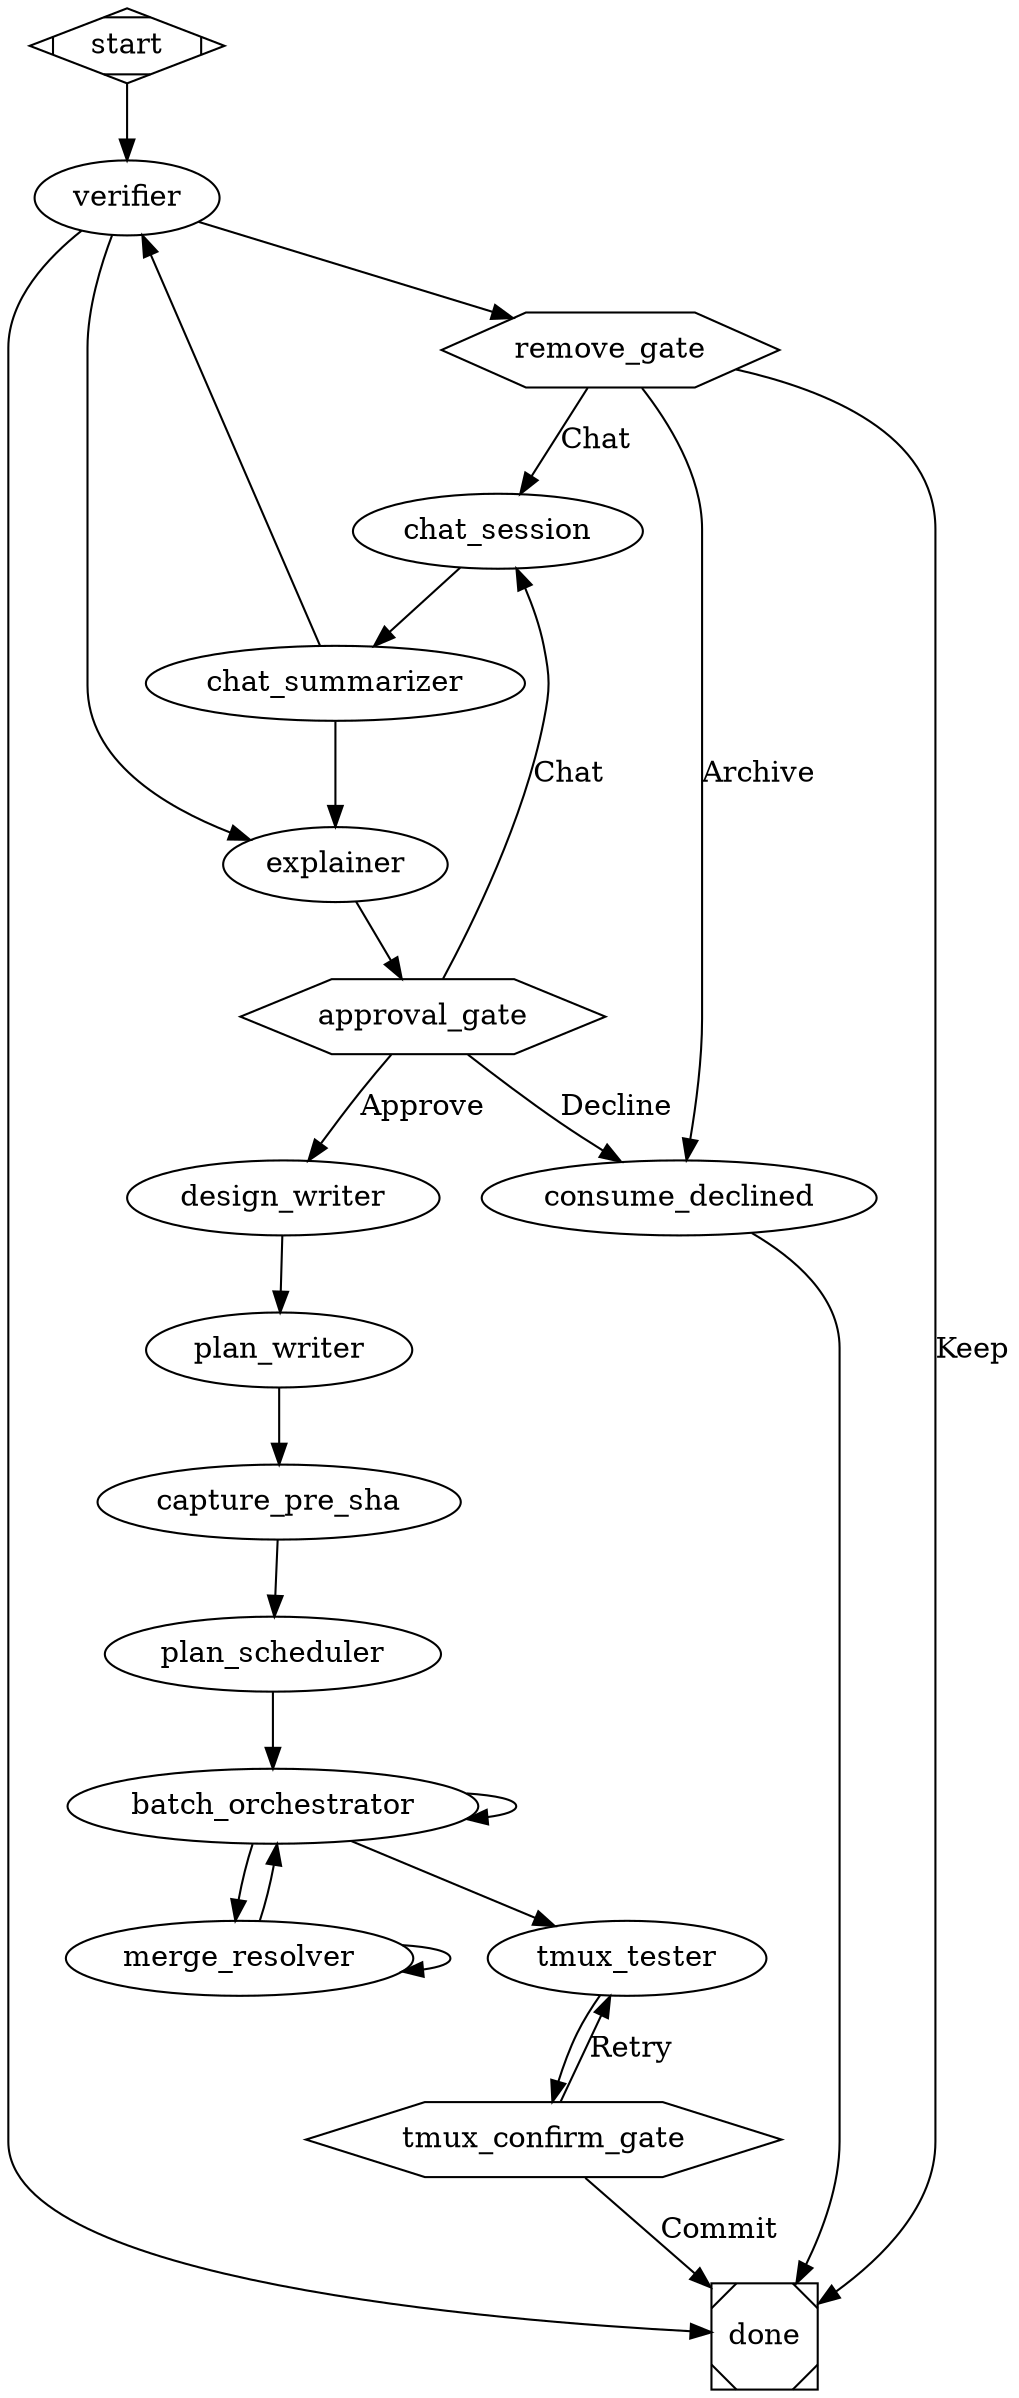
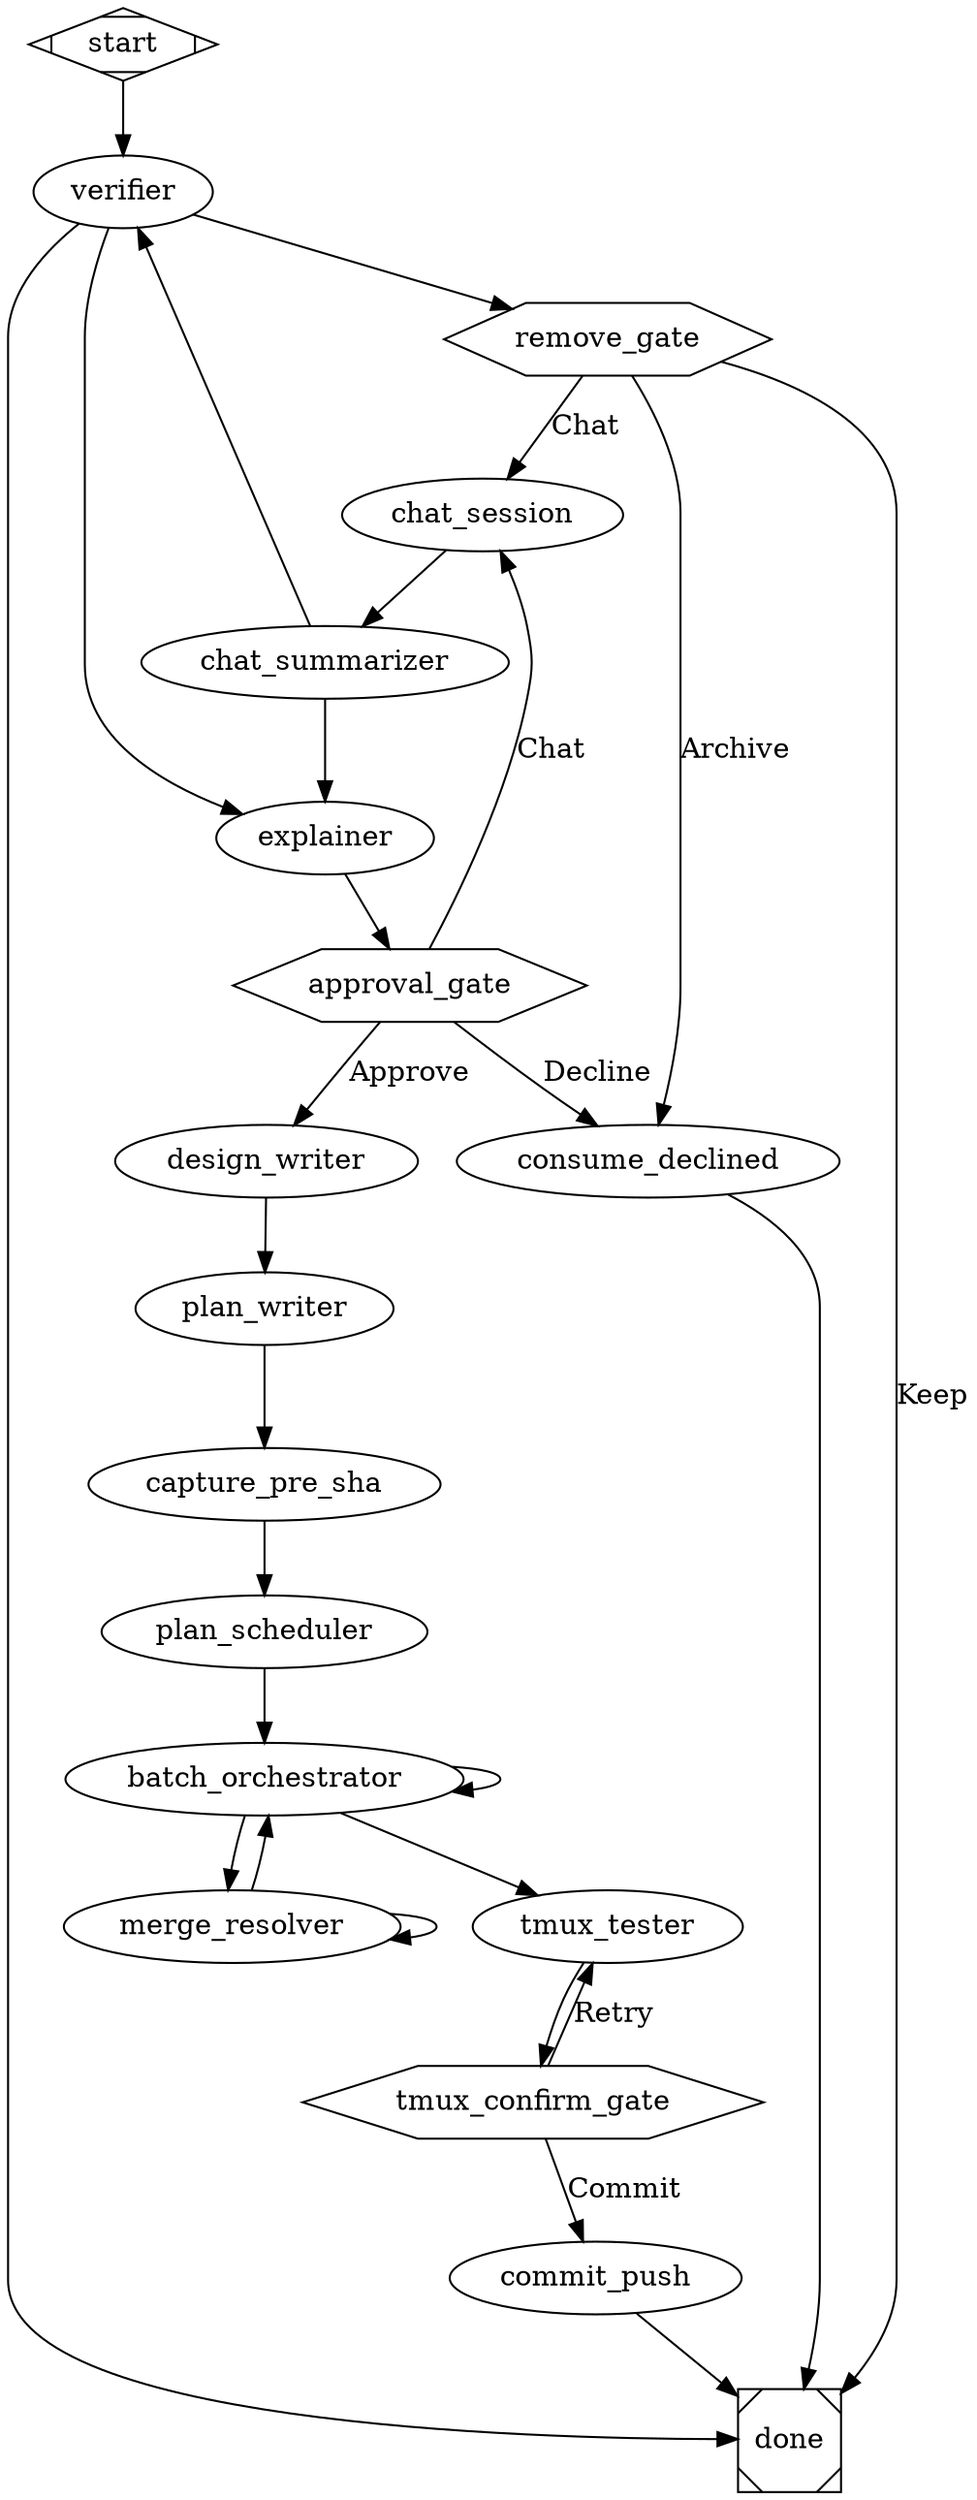
// Head + tail copied from .apparat/pipelines/illumination-to-implementation/pipeline.dot
// (verifier, chat loop, approval gate, design_writer, plan_writer at head; tmux_tester +
// tmux_confirm_gate at tail).
digraph parallel_illumination_to_implementation {
  goal="Triage an illumination into an approved plan, then ship it through DAG-scheduled parallel implementation"
  headless_safe=false
  inputs="project, run_id"

  start [shape=Mdiamond]

  // ── Phase 1: Illumination triage (copied from illumination-to-implementation) ──

  verifier [agent="verifier", default_refinements="", default_illumination_path=""]

  remove_gate [shape=hexagon]

  consume_declined [type="tool",
                    cwd="$project",
                    script_file="consume.mjs",
                    script_args="$verifier.illumination_path declined"]

  explainer [agent="change-explainer", default_refinements=""]

  approval_gate [shape=hexagon, default_refinements=""]

  chat_session [agent="chat-refiner", interactive=true, default_refinements=""]

  chat_summarizer [agent="chat-summarizer", default_refinements=""]

  design_writer [agent="design-writer", default_refinements="No interactive refinements were requested."]

  plan_writer [agent="plan-writer", default_refinements="No interactive refinements were requested."]

  // ── Phase 2: Parallel implementation (existing chain, rewired) ─────────────────

  capture_pre_sha [type="tool",
                   cwd="$project",
                   script_file="capture-pre-sha.sh",
                   produces_from_stdout="true",
                   produces="pre_sha"]

  plan_scheduler [agent="plan-scheduler"]

  batch_orchestrator [agent="batch_orchestrator"]

  merge_resolver [agent="merge_resolver"]

  // ── Phase 3: Verification + memory (tail copied from illumination-to-implementation) ──

  tmux_tester [agent="tmux-tester"]

  tmux_confirm_gate [shape=hexagon]

+   // Tail safety-net push: re-pushes anything still pending after tmux_confirm_gate
+   // (memory/doc/plan edits that may land in future tail nodes). Idempotent —
+   // already-pushed SHAs are a no-op. Per-batch push lives in batch_orchestrator.
+   commit_push [type="tool",
+                cwd="$project",
+                tool_command="git push origin $(git branch --show-current)"]
+ 
  done [shape=Msquare]

  // ── Routing: Phase 1 ─────────────────────────────────────────────────────
  start -> verifier
  verifier -> remove_gate      [condition="verifier.preferred_label=false"]
  verifier -> explainer        [condition="verifier.preferred_label=true"]
  verifier -> done             [condition="verifier.preferred_label=empty"]

  // False path
  remove_gate -> consume_declined  [label="Archive"]
  remove_gate -> done              [label="Keep"]
  remove_gate -> chat_session      [label="Chat"]

  // True path
  explainer -> approval_gate
  approval_gate -> consume_declined  [label="Decline"]
  approval_gate -> design_writer     [label="Approve"]
  approval_gate -> chat_session      [label="Chat"]

  // Chat loop — scope_changed=true rewinds to verifier; false re-renders explainer only.
  chat_session -> chat_summarizer
  chat_summarizer -> verifier  [condition="chat_summarizer.scope_changed=true"]
  chat_summarizer -> explainer [condition="chat_summarizer.scope_changed=false"]

  // Decline branch terminator
  consume_declined -> done

  // ── Routing: Phase 2 ─────────────────────────────────────────────────────
  // plan_writer hands plan_path to capture_pre_sha (HEAD baseline before any impl work),
  // then plan_scheduler reads the plan to compute the DAG, then batch_orchestrator drives
  // parallel implementation via local worktrees.
  design_writer -> plan_writer -> capture_pre_sha -> plan_scheduler -> batch_orchestrator

  // Routing: conflicts route fires first (engine picks first matching condition).
  // Orchestrator emits done=true ONLY when every chunk is merged. Conflicts route
  // to resolver, which routes back to orchestrator after each resolution so the
  // next ready batch can be dispatched.
  batch_orchestrator -> merge_resolver     [condition="batch_orchestrator.conflicts_present=true"]
  batch_orchestrator -> batch_orchestrator [condition="batch_orchestrator.done=false"]
  batch_orchestrator -> tmux_tester        [condition="batch_orchestrator.done=true"]

  merge_resolver -> merge_resolver         [condition="merge_resolver.done=false"]
  merge_resolver -> batch_orchestrator     [condition="merge_resolver.done=true"]

  // ── Routing: Phase 3 ─────────────────────────────────────────────────────
  // No review_gate — orchestrator/resolver feed tmux_tester directly per design.
  tmux_tester -> tmux_confirm_gate
-   tmux_confirm_gate -> done          [label="Commit"]
+   tmux_confirm_gate -> commit_push   [label="Commit"]
  tmux_confirm_gate -> tmux_tester   [label="Retry"]
+   commit_push -> done
}
